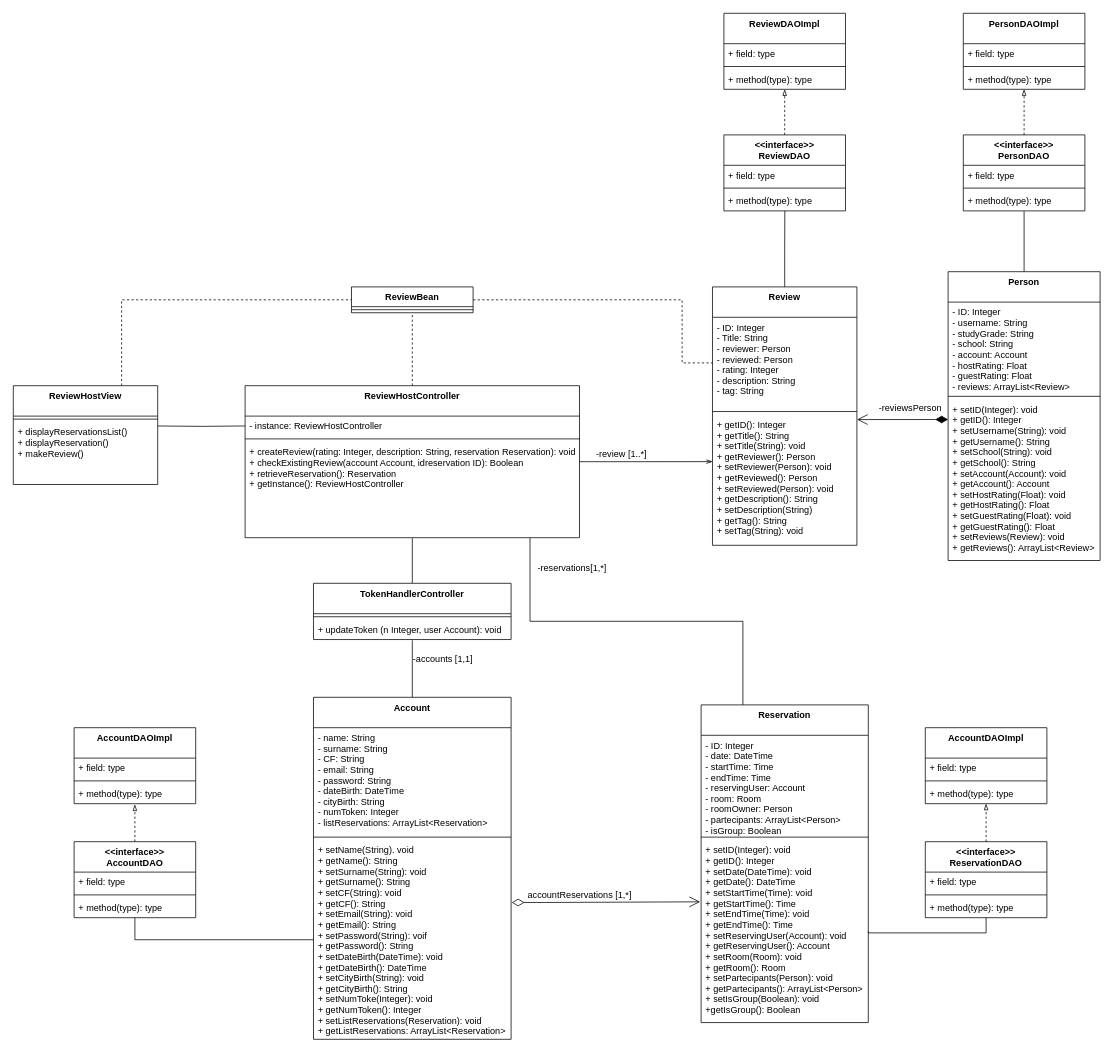
This is Deliverables/Design Level Class Diagram/DLCD ReviewHost Agostinelli.drawio from nic-agos/DoveStudi, a draw.io file, before an edit. Source tidied: cells renumbered, new cells numbered last; positions are measured from the earlier drawing's top-left corner, leaving out a move shared by most shapes. Both pictures are drawn from the tidied source at 76%, with x=0, y=0 at pixel (13, 13).
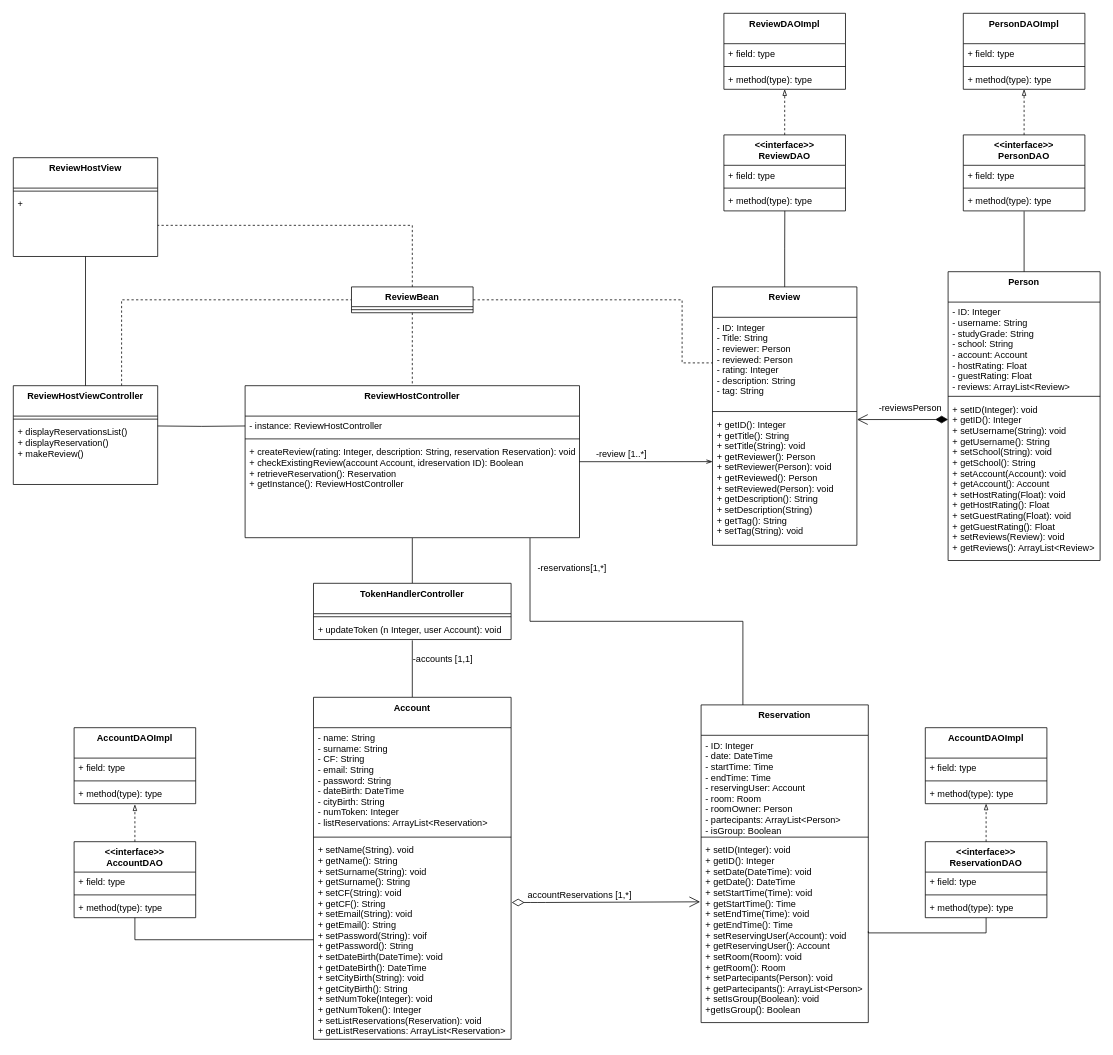
The same page after the edit.

The change refers to these unchanged cells:
```xml
<mxCell id="4" value="ReviewHostController" style="swimlane;fontStyle=1;align=center;verticalAlign=top;horizontal=1;startSize=40;" parent="1" vertex="1">
  <mxGeometry x="305" y="490" width="440" height="200" as="geometry" />
</mxCell>
<mxCell id="27" value="ReviewBean" style="swimlane;fontStyle=1;align=center;verticalAlign=top;horizontal=1;startSize=26;" parent="1" vertex="1">
  <mxGeometry x="445" y="360" width="160" height="34" as="geometry" />
</mxCell>
```

Change to the diagram source:
```diff
@@
-    <mxCell id="3" style="edgeStyle=orthogonalEdgeStyle;rounded=0;jettySize=auto;html=1;entryX=0.5;entryY=1;entryDx=0;entryDy=0;endArrow=none;endFill=0;dashed=1;" parent="1" edge="1" source="4" target="27">
-      <mxGeometry relative="1" as="geometry" />
-    </mxCell>
@@
-    <mxCell id="9" value="ReviewHostView" style="swimlane;fontStyle=1;align=center;verticalAlign=top;horizontal=1;startSize=40;" parent="1" vertex="1">
+    <mxCell id="9" value="ReviewHostViewController" style="swimlane;fontStyle=1;align=center;verticalAlign=top;horizontal=1;startSize=40;" parent="1" vertex="1">
       <mxGeometry y="490" width="190" height="130" as="geometry" />
     </mxCell>
@@
+    <mxCell id="85" style="edgeStyle=orthogonalEdgeStyle;rounded=0;jettySize=auto;html=1;endArrow=none;endFill=0;dashed=1;" parent="1" edge="1" source="27" target="90">
+      <mxGeometry relative="1" as="geometry" />
+    </mxCell>
+    <mxCell id="86" style="edgeStyle=orthogonalEdgeStyle;rounded=0;jettySize=auto;html=1;exitX=0.5;exitY=1;exitDx=0;exitDy=0;entryX=0.5;entryY=0;entryDx=0;entryDy=0;dashed=1;endArrow=none;endFill=0;" parent="1" edge="1" source="27" target="4">
+      <mxGeometry relative="1" as="geometry" />
+    </mxCell>
@@
+    <mxCell id="87" style="edgeStyle=orthogonalEdgeStyle;rounded=0;jettySize=auto;html=1;entryX=0.5;entryY=0;entryDx=0;entryDy=0;endArrow=none;endFill=0;" parent="1" edge="1" source="88" target="9">
+      <mxGeometry relative="1" as="geometry" />
+    </mxCell>
+    <mxCell id="88" value="ReviewHostView" style="swimlane;fontStyle=1;align=center;verticalAlign=top;horizontal=1;startSize=40;" parent="1" vertex="1">
+      <mxGeometry y="190" width="190" height="130" as="geometry" />
+    </mxCell>
+    <mxCell id="89" style="line;strokeWidth=1;fillColor=none;align=left;verticalAlign=middle;spacingTop=-1;spacingLeft=3;spacingRight=3;labelPosition=right;" parent="88" vertex="1">
+      <mxGeometry y="40" width="190" height="8" as="geometry" />
+    </mxCell>
+    <mxCell id="90" value="+ &#10;" style="text;strokeColor=none;fillColor=none;align=left;verticalAlign=top;spacingLeft=4;spacingRight=4;overflow=hidden;points=[[0,0.5],[1,0.5]];portConstraint=eastwest;" parent="88" vertex="1">
+      <mxGeometry y="48" width="190" height="82" as="geometry" />
+    </mxCell>
```
